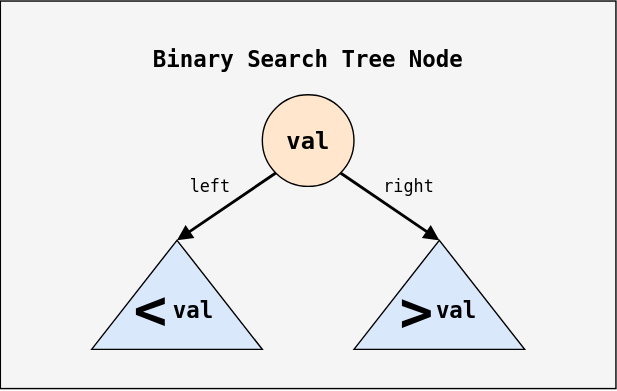
datkumar/code-journal keeps this draw.io diagram as public/diagrams/bst-node-structure.svg. Above is the earlier version. Source tidied: cells renumbered, new cells last; positions are measured from the earlier drawing's top-left corner, leaving out a move shared by most shapes.
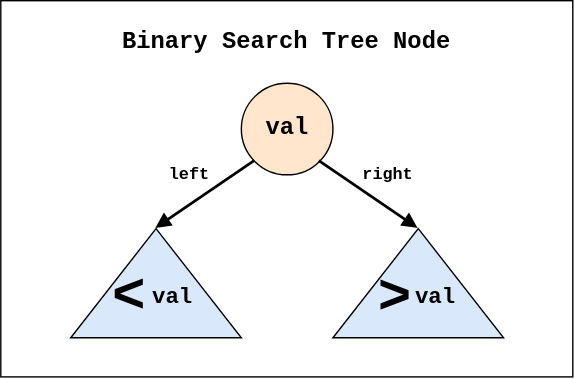
After the change.

Diff of the diagram source:
```diff
@@ -2,14 +2,14 @@
   <root>
     <mxCell id="0" />
     <mxCell id="1" parent="0" />
-    <mxCell id="2" style="rounded=0;whiteSpace=wrap;html=1;fillColor=#f5f5f5;fontColor=#000000;strokeColor=#000000;fontFamily=monospace;" parent="1" vertex="1">
-      <mxGeometry x="-0.2" width="440" height="277" as="geometry" />
+    <mxCell id="2" style="rounded=0;whiteSpace=wrap;html=1;fillColor=light-dark(#FFFFFF,#FFFFFF);fontColor=#000000;strokeColor=#000000;fontFamily=monospace;" parent="1" vertex="1">
+      <mxGeometry x="15" y="8" width="409" height="269" as="geometry" />
     </mxCell>
     <mxCell id="3" value="&lt;b style=&quot;&quot;&gt;&lt;font style=&quot;font-size: 17px;&quot;&gt;val&lt;/font&gt;&lt;/b&gt;" style="ellipse;whiteSpace=wrap;html=1;fillColor=#ffe6cc;strokeColor=#000000;fontFamily=monospace;fontColor=#000000;" parent="1" vertex="1">
       <mxGeometry x="187" y="67" width="65.5" height="65.5" as="geometry" />
     </mxCell>
-    <mxCell id="4" value="Binary Search Tree Node" style="text;html=1;align=center;verticalAlign=middle;whiteSpace=wrap;rounded=0;fontFamily=monospace;fontSize=16;fontStyle=1;fontColor=#000000;strokeColor=none;" parent="1" vertex="1">
-      <mxGeometry x="105.8" y="27" width="228" height="30" as="geometry" />
+    <mxCell id="4" value="Binary Search Tree Node" style="text;html=1;align=center;verticalAlign=middle;whiteSpace=wrap;rounded=0;fontFamily=monospace;fontSize=17;fontStyle=1;fontColor=#000000;strokeColor=none;" parent="1" vertex="1">
+      <mxGeometry x="88.1" y="23" width="263.2" height="30" as="geometry" />
     </mxCell>
     <mxCell id="5" style="triangle;whiteSpace=wrap;html=1;direction=north;fillColor=#dae8fc;strokeColor=#000000;fontFamily=monospace;fontColor=#000000;" parent="1" vertex="1">
       <mxGeometry x="65" y="171" width="122" height="78" as="geometry" />
@@ -26,10 +26,10 @@
     <mxCell id="9" value="&lt;b style=&quot;&quot;&gt;val&lt;/b&gt;" style="text;whiteSpace=wrap;html=1;labelBackgroundColor=none;fontFamily=monospace;fontSize=16;align=center;verticalAlign=middle;fontColor=#000000;" parent="1" vertex="1">
       <mxGeometry x="121" y="208.5" width="33.5" height="25" as="geometry" />
     </mxCell>
-    <mxCell id="10" value="&lt;span style=&quot;&quot;&gt;left&lt;/span&gt;" style="text;whiteSpace=wrap;html=1;labelBackgroundColor=none;fontFamily=monospace;fontSize=12;align=center;verticalAlign=middle;fontStyle=0;fontColor=#000000;" parent="1" vertex="1">
+    <mxCell id="10" value="&lt;span style=&quot;&quot;&gt;left&lt;/span&gt;" style="text;whiteSpace=wrap;html=1;labelBackgroundColor=none;fontFamily=monospace;fontSize=12;align=center;verticalAlign=middle;fontStyle=1;fontColor=#000000;" parent="1" vertex="1">
       <mxGeometry x="133.2" y="120" width="33.5" height="25" as="geometry" />
     </mxCell>
-    <mxCell id="11" value="&lt;span style=&quot;&quot;&gt;right&lt;/span&gt;" style="text;whiteSpace=wrap;html=1;labelBackgroundColor=none;fontFamily=monospace;fontSize=12;align=center;verticalAlign=middle;fontStyle=0;fontColor=#000000;" parent="1" vertex="1">
+    <mxCell id="11" value="&lt;span style=&quot;&quot;&gt;right&lt;/span&gt;" style="text;whiteSpace=wrap;html=1;labelBackgroundColor=none;fontFamily=monospace;fontSize=12;align=center;verticalAlign=middle;fontStyle=1;fontColor=#000000;" parent="1" vertex="1">
       <mxGeometry x="275" y="120" width="33.5" height="25" as="geometry" />
     </mxCell>
     <mxCell id="12" style="triangle;whiteSpace=wrap;html=1;direction=north;fillColor=#dae8fc;strokeColor=#000000;fontFamily=monospace;fontColor=#000000;" parent="1" vertex="1">
```
